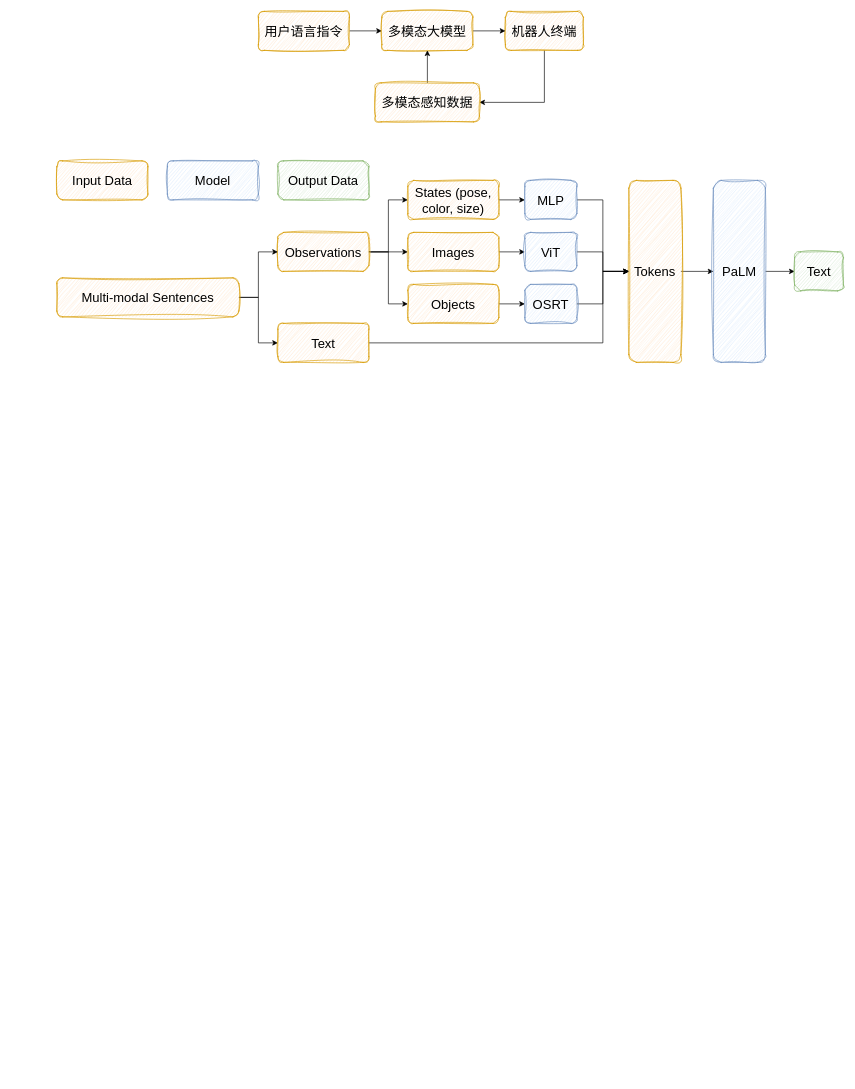
This is Untitled Diagram.drawio from ZiliangMiao/Multimodal_Large_Language_Model_Research, a draw.io file, before an edit. Source tidied: cells renumbered, new cells numbered last; positions are measured from the earlier drawing's top-left corner, leaving out a move shared by most shapes. Both pictures are drawn from the tidied source at 65%, with x=0, y=0 at pixel (57, 11).
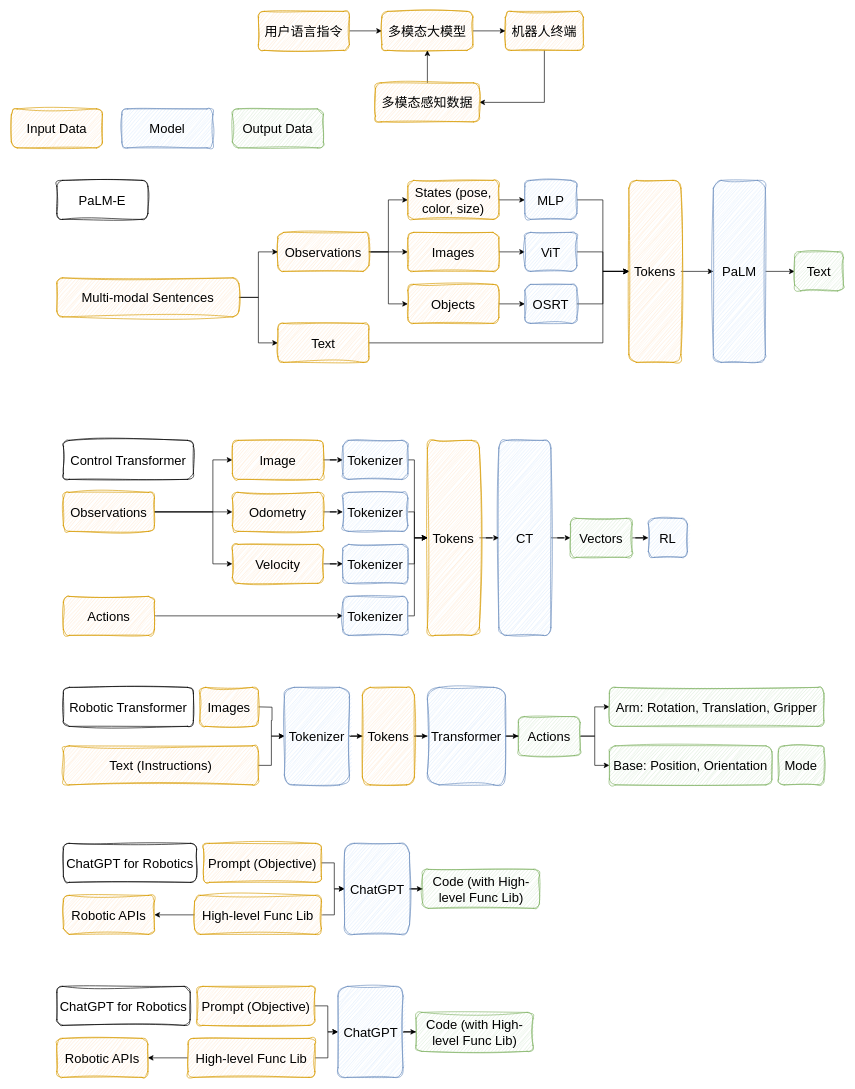
After the change.

What changed in the source:
```diff
@@
     <mxCell id="36" value="&lt;font style=&quot;font-size: 20px;&quot;&gt;Input Data&lt;/font&gt;" style="rounded=1;whiteSpace=wrap;html=1;fillColor=#ffe6cc;strokeColor=#d79b00;sketch=1;curveFitting=1;jiggle=2;" parent="1" vertex="1">
-      <mxGeometry y="230" width="140" height="60" as="geometry" />
+      <mxGeometry x="-70" y="150" width="140" height="60" as="geometry" />
     </mxCell>
     <mxCell id="37" value="&lt;font style=&quot;font-size: 20px;&quot;&gt;Model&lt;/font&gt;" style="rounded=1;whiteSpace=wrap;html=1;fillColor=#dae8fc;strokeColor=#6c8ebf;sketch=1;curveFitting=1;jiggle=2;" parent="1" vertex="1">
-      <mxGeometry x="170" y="230" width="140" height="60" as="geometry" />
+      <mxGeometry x="100" y="150" width="140" height="60" as="geometry" />
     </mxCell>
     <mxCell id="38" value="&lt;font style=&quot;font-size: 20px;&quot;&gt;Output Data&lt;/font&gt;" style="rounded=1;whiteSpace=wrap;html=1;fillColor=#d5e8d4;strokeColor=#82b366;sketch=1;curveFitting=1;jiggle=2;" parent="1" vertex="1">
-      <mxGeometry x="340" y="230" width="140" height="60" as="geometry" />
+      <mxGeometry x="270" y="150" width="140" height="60" as="geometry" />
     </mxCell>
+    <mxCell id="39" value="&lt;font style=&quot;font-size: 20px;&quot;&gt;PaLM-E&lt;/font&gt;" style="rounded=1;whiteSpace=wrap;html=1;sketch=1;curveFitting=1;jiggle=2;" parent="1" vertex="1">
+      <mxGeometry y="260" width="140" height="60" as="geometry" />
+    </mxCell>
+    <mxCell id="40" style="edgeStyle=orthogonalEdgeStyle;rounded=0;jettySize=auto;html=1;" parent="1" edge="1" source="43" target="45">
+      <mxGeometry relative="1" as="geometry" />
+    </mxCell>
+    <mxCell id="41" style="edgeStyle=orthogonalEdgeStyle;rounded=0;jettySize=auto;html=1;entryX=0;entryY=0.5;entryDx=0;entryDy=0;" parent="1" edge="1" source="43" target="47">
+      <mxGeometry relative="1" as="geometry">
+        <Array as="points">
+          <mxPoint x="240" y="770" />
+          <mxPoint x="240" y="690" />
+        </Array>
+      </mxGeometry>
+    </mxCell>
+    <mxCell id="42" style="edgeStyle=orthogonalEdgeStyle;rounded=0;jettySize=auto;html=1;entryX=0;entryY=0.5;entryDx=0;entryDy=0;" parent="1" edge="1" source="43">
+      <mxGeometry relative="1" as="geometry">
+        <mxPoint x="270" y="850" as="targetPoint" />
+        <Array as="points">
+          <mxPoint x="240" y="770" />
+          <mxPoint x="240" y="850" />
+        </Array>
+      </mxGeometry>
+    </mxCell>
+    <mxCell id="43" value="&lt;font style=&quot;font-size: 20px;&quot;&gt;Observations&lt;/font&gt;" style="rounded=1;whiteSpace=wrap;html=1;fillColor=#ffe6cc;strokeColor=#d79b00;sketch=1;curveFitting=1;jiggle=2;" parent="1" vertex="1">
+      <mxGeometry x="10" y="740" width="140" height="60" as="geometry" />
+    </mxCell>
+    <mxCell id="44" style="edgeStyle=orthogonalEdgeStyle;rounded=0;jettySize=auto;html=1;" parent="1" edge="1" source="45" target="62">
+      <mxGeometry relative="1" as="geometry" />
+    </mxCell>
+    <mxCell id="45" value="&lt;font style=&quot;font-size: 20px;&quot;&gt;Odometry&lt;/font&gt;" style="rounded=1;whiteSpace=wrap;html=1;fillColor=#ffe6cc;strokeColor=#d79b00;sketch=1;curveFitting=1;jiggle=2;" parent="1" vertex="1">
+      <mxGeometry x="270" y="740" width="140" height="60" as="geometry" />
+    </mxCell>
+    <mxCell id="46" style="edgeStyle=orthogonalEdgeStyle;rounded=0;jettySize=auto;html=1;" parent="1" edge="1" source="47" target="60">
+      <mxGeometry relative="1" as="geometry" />
+    </mxCell>
+    <mxCell id="47" value="&lt;font style=&quot;font-size: 20px;&quot;&gt;Image&lt;/font&gt;" style="rounded=1;whiteSpace=wrap;html=1;fillColor=#ffe6cc;strokeColor=#d79b00;sketch=1;curveFitting=1;jiggle=2;" parent="1" vertex="1">
+      <mxGeometry x="270" y="660" width="140" height="60" as="geometry" />
+    </mxCell>
+    <mxCell id="48" style="edgeStyle=orthogonalEdgeStyle;rounded=0;jettySize=auto;html=1;entryX=0;entryY=0.5;entryDx=0;entryDy=0;" parent="1" edge="1" source="49" target="66">
+      <mxGeometry relative="1" as="geometry" />
+    </mxCell>
+    <mxCell id="49" value="&lt;font style=&quot;font-size: 20px;&quot;&gt;Actions&lt;/font&gt;" style="rounded=1;whiteSpace=wrap;html=1;fillColor=#ffe6cc;strokeColor=#d79b00;sketch=1;curveFitting=1;jiggle=2;" parent="1" vertex="1">
+      <mxGeometry x="10" y="900" width="140" height="60" as="geometry" />
+    </mxCell>
+    <mxCell id="50" value="&lt;font style=&quot;font-size: 20px;&quot;&gt;Control Transformer&lt;/font&gt;" style="rounded=1;whiteSpace=wrap;html=1;sketch=1;curveFitting=1;jiggle=2;" parent="1" vertex="1">
+      <mxGeometry x="10" y="660" width="200" height="60" as="geometry" />
+    </mxCell>
+    <mxCell id="51" style="edgeStyle=orthogonalEdgeStyle;rounded=0;jettySize=auto;html=1;" parent="1" edge="1" source="52" target="64">
+      <mxGeometry relative="1" as="geometry" />
+    </mxCell>
+    <mxCell id="52" value="&lt;font style=&quot;font-size: 20px;&quot;&gt;Velocity&lt;/font&gt;" style="rounded=1;whiteSpace=wrap;html=1;fillColor=#ffe6cc;strokeColor=#d79b00;sketch=1;curveFitting=1;jiggle=2;" parent="1" vertex="1">
+      <mxGeometry x="270" y="820" width="140" height="60" as="geometry" />
+    </mxCell>
+    <mxCell id="53" style="edgeStyle=orthogonalEdgeStyle;rounded=0;jettySize=auto;html=1;" parent="1" edge="1" source="54" target="56">
+      <mxGeometry relative="1" as="geometry" />
+    </mxCell>
+    <mxCell id="54" value="&lt;font style=&quot;font-size: 20px;&quot;&gt;CT&lt;/font&gt;" style="rounded=1;whiteSpace=wrap;html=1;fillColor=#dae8fc;strokeColor=#6c8ebf;sketch=1;curveFitting=1;jiggle=2;" parent="1" vertex="1">
+      <mxGeometry x="680" y="660" width="80" height="300" as="geometry" />
+    </mxCell>
+    <mxCell id="55" style="edgeStyle=orthogonalEdgeStyle;rounded=0;jettySize=auto;html=1;" parent="1" edge="1" source="56" target="67">
+      <mxGeometry relative="1" as="geometry" />
+    </mxCell>
+    <mxCell id="56" value="&lt;span style=&quot;font-size: 20px;&quot;&gt;Vectors&lt;/span&gt;" style="rounded=1;whiteSpace=wrap;html=1;fillColor=#d5e8d4;strokeColor=#82b366;sketch=1;curveFitting=1;jiggle=2;" parent="1" vertex="1">
+      <mxGeometry x="790" y="780" width="95" height="60" as="geometry" />
+    </mxCell>
+    <mxCell id="57" style="edgeStyle=orthogonalEdgeStyle;rounded=0;jettySize=auto;html=1;" parent="1" edge="1" source="58" target="54">
+      <mxGeometry relative="1" as="geometry" />
+    </mxCell>
+    <mxCell id="58" value="&lt;font style=&quot;font-size: 20px;&quot;&gt;Tokens&lt;/font&gt;" style="rounded=1;whiteSpace=wrap;html=1;fillColor=#ffe6cc;strokeColor=#d79b00;sketch=1;curveFitting=1;jiggle=2;" parent="1" vertex="1">
+      <mxGeometry x="570" y="660" width="80" height="300" as="geometry" />
+    </mxCell>
+    <mxCell id="59" style="edgeStyle=orthogonalEdgeStyle;rounded=0;jettySize=auto;html=1;" parent="1" edge="1" source="60" target="58">
+      <mxGeometry relative="1" as="geometry">
+        <Array as="points">
+          <mxPoint x="550" y="690" />
+          <mxPoint x="550" y="810" />
+        </Array>
+      </mxGeometry>
+    </mxCell>
+    <mxCell id="60" value="&lt;font style=&quot;font-size: 20px;&quot;&gt;Tokenizer&lt;/font&gt;" style="rounded=1;whiteSpace=wrap;html=1;fillColor=#dae8fc;strokeColor=#6c8ebf;sketch=1;curveFitting=1;jiggle=2;" parent="1" vertex="1">
+      <mxGeometry x="440" y="660" width="100" height="60" as="geometry" />
+    </mxCell>
+    <mxCell id="61" style="edgeStyle=orthogonalEdgeStyle;rounded=0;jettySize=auto;html=1;" parent="1" edge="1" source="62" target="58">
+      <mxGeometry relative="1" as="geometry">
+        <Array as="points">
+          <mxPoint x="550" y="770" />
+          <mxPoint x="550" y="810" />
+        </Array>
+      </mxGeometry>
+    </mxCell>
+    <mxCell id="62" value="&lt;font style=&quot;font-size: 20px;&quot;&gt;Tokenizer&lt;/font&gt;" style="rounded=1;whiteSpace=wrap;html=1;fillColor=#dae8fc;strokeColor=#6c8ebf;sketch=1;curveFitting=1;jiggle=2;" parent="1" vertex="1">
+      <mxGeometry x="440" y="740" width="100" height="60" as="geometry" />
+    </mxCell>
+    <mxCell id="63" style="edgeStyle=orthogonalEdgeStyle;rounded=0;jettySize=auto;html=1;" parent="1" edge="1" source="64" target="58">
+      <mxGeometry relative="1" as="geometry">
+        <Array as="points">
+          <mxPoint x="550" y="850" />
+          <mxPoint x="550" y="810" />
+        </Array>
+      </mxGeometry>
+    </mxCell>
+    <mxCell id="64" value="&lt;font style=&quot;font-size: 20px;&quot;&gt;Tokenizer&lt;/font&gt;" style="rounded=1;whiteSpace=wrap;html=1;fillColor=#dae8fc;strokeColor=#6c8ebf;sketch=1;curveFitting=1;jiggle=2;" parent="1" vertex="1">
+      <mxGeometry x="440" y="820" width="100" height="60" as="geometry" />
+    </mxCell>
+    <mxCell id="65" style="edgeStyle=orthogonalEdgeStyle;rounded=0;jettySize=auto;html=1;" parent="1" edge="1" source="66" target="58">
+      <mxGeometry relative="1" as="geometry">
+        <Array as="points">
+          <mxPoint x="550" y="930" />
+          <mxPoint x="550" y="810" />
+        </Array>
+      </mxGeometry>
+    </mxCell>
+    <mxCell id="66" value="&lt;font style=&quot;font-size: 20px;&quot;&gt;Tokenizer&lt;/font&gt;" style="rounded=1;whiteSpace=wrap;html=1;fillColor=#dae8fc;strokeColor=#6c8ebf;sketch=1;curveFitting=1;jiggle=2;" parent="1" vertex="1">
+      <mxGeometry x="440" y="900" width="100" height="60" as="geometry" />
+    </mxCell>
+    <mxCell id="67" value="&lt;font style=&quot;font-size: 20px;&quot;&gt;RL&lt;/font&gt;" style="rounded=1;whiteSpace=wrap;html=1;fillColor=#dae8fc;strokeColor=#6c8ebf;sketch=1;curveFitting=1;jiggle=2;" parent="1" vertex="1">
+      <mxGeometry x="910" y="780" width="60" height="60" as="geometry" />
+    </mxCell>
+    <mxCell id="68" style="edgeStyle=orthogonalEdgeStyle;rounded=0;jettySize=auto;html=1;" parent="1" edge="1" target="76">
+      <mxGeometry relative="1" as="geometry">
+        <mxPoint x="310" y="1070" as="sourcePoint" />
+      </mxGeometry>
+    </mxCell>
+    <mxCell id="69" style="edgeStyle=orthogonalEdgeStyle;rounded=0;jettySize=auto;html=1;" parent="1" edge="1" source="70" target="76">
+      <mxGeometry relative="1" as="geometry" />
+    </mxCell>
+    <mxCell id="70" value="&lt;font style=&quot;font-size: 20px;&quot;&gt;Text (Instructions)&lt;/font&gt;" style="rounded=1;whiteSpace=wrap;html=1;fillColor=#ffe6cc;strokeColor=#d79b00;sketch=1;curveFitting=1;jiggle=2;" parent="1" vertex="1">
+      <mxGeometry x="10" y="1130" width="300" height="60" as="geometry" />
+    </mxCell>
+    <mxCell id="71" value="&lt;font style=&quot;font-size: 20px;&quot;&gt;Robotic Transformer&lt;/font&gt;" style="rounded=1;whiteSpace=wrap;html=1;sketch=1;curveFitting=1;jiggle=2;" parent="1" vertex="1">
+      <mxGeometry x="10" y="1040" width="200" height="60" as="geometry" />
+    </mxCell>
+    <mxCell id="72" style="edgeStyle=orthogonalEdgeStyle;rounded=0;jettySize=auto;html=1;" parent="1" edge="1" source="74" target="82">
+      <mxGeometry relative="1" as="geometry" />
+    </mxCell>
+    <mxCell id="73" style="edgeStyle=orthogonalEdgeStyle;rounded=0;jettySize=auto;html=1;entryX=0;entryY=0.5;entryDx=0;entryDy=0;" parent="1" edge="1" source="74" target="81">
+      <mxGeometry relative="1" as="geometry" />
+    </mxCell>
+    <mxCell id="74" value="&lt;span style=&quot;font-size: 20px;&quot;&gt;Actions&lt;/span&gt;" style="rounded=1;whiteSpace=wrap;html=1;fillColor=#d5e8d4;strokeColor=#82b366;sketch=1;curveFitting=1;jiggle=2;" parent="1" vertex="1">
+      <mxGeometry x="710" y="1085" width="95" height="60" as="geometry" />
+    </mxCell>
+    <mxCell id="75" style="edgeStyle=orthogonalEdgeStyle;rounded=0;jettySize=auto;html=1;" parent="1" edge="1" source="76" target="78">
+      <mxGeometry relative="1" as="geometry" />
+    </mxCell>
+    <mxCell id="76" value="&lt;font style=&quot;font-size: 20px;&quot;&gt;Tokenizer&lt;/font&gt;" style="rounded=1;whiteSpace=wrap;html=1;fillColor=#dae8fc;strokeColor=#6c8ebf;sketch=1;curveFitting=1;jiggle=2;" parent="1" vertex="1">
+      <mxGeometry x="350" y="1040" width="100" height="150" as="geometry" />
+    </mxCell>
+    <mxCell id="77" style="edgeStyle=orthogonalEdgeStyle;rounded=0;jettySize=auto;html=1;" parent="1" edge="1" source="78" target="80">
+      <mxGeometry relative="1" as="geometry" />
+    </mxCell>
+    <mxCell id="78" value="&lt;font style=&quot;font-size: 20px;&quot;&gt;Tokens&lt;/font&gt;" style="rounded=1;whiteSpace=wrap;html=1;fillColor=#ffe6cc;strokeColor=#d79b00;sketch=1;curveFitting=1;jiggle=2;" parent="1" vertex="1">
+      <mxGeometry x="470" y="1040" width="80" height="150" as="geometry" />
+    </mxCell>
+    <mxCell id="79" style="edgeStyle=orthogonalEdgeStyle;rounded=0;jettySize=auto;html=1;" parent="1" edge="1" source="80" target="74">
+      <mxGeometry relative="1" as="geometry" />
+    </mxCell>
+    <mxCell id="80" value="&lt;font style=&quot;font-size: 20px;&quot;&gt;Transformer&lt;/font&gt;" style="rounded=1;whiteSpace=wrap;html=1;fillColor=#dae8fc;strokeColor=#6c8ebf;sketch=1;curveFitting=1;jiggle=2;" parent="1" vertex="1">
+      <mxGeometry x="570" y="1040" width="120" height="150" as="geometry" />
+    </mxCell>
+    <mxCell id="81" value="&lt;span style=&quot;font-size: 20px;&quot;&gt;Arm: Rotation, Translation, Gripper&lt;/span&gt;" style="rounded=1;whiteSpace=wrap;html=1;fillColor=#d5e8d4;strokeColor=#82b366;sketch=1;curveFitting=1;jiggle=2;" parent="1" vertex="1">
+      <mxGeometry x="850" y="1040" width="330" height="60" as="geometry" />
+    </mxCell>
+    <mxCell id="82" value="&lt;span style=&quot;font-size: 20px;&quot;&gt;Base: Position, Orientation&lt;/span&gt;" style="rounded=1;whiteSpace=wrap;html=1;fillColor=#d5e8d4;strokeColor=#82b366;sketch=1;curveFitting=1;jiggle=2;" parent="1" vertex="1">
+      <mxGeometry x="850" y="1130" width="250" height="60" as="geometry" />
+    </mxCell>
+    <mxCell id="83" value="&lt;span style=&quot;font-size: 20px;&quot;&gt;Mode&lt;/span&gt;" style="rounded=1;whiteSpace=wrap;html=1;fillColor=#d5e8d4;strokeColor=#82b366;sketch=1;curveFitting=1;jiggle=2;" parent="1" vertex="1">
+      <mxGeometry x="1110" y="1130" width="70" height="60" as="geometry" />
+    </mxCell>
+    <mxCell id="84" value="&lt;span style=&quot;font-size: 20px;&quot;&gt;Images&lt;/span&gt;" style="rounded=1;whiteSpace=wrap;html=1;fillColor=#ffe6cc;strokeColor=#d79b00;sketch=1;curveFitting=1;jiggle=2;" parent="1" vertex="1">
+      <mxGeometry x="220" y="1040" width="90" height="60" as="geometry" />
+    </mxCell>
+    <mxCell id="85" style="edgeStyle=orthogonalEdgeStyle;rounded=0;jettySize=auto;html=1;" parent="1" edge="1" source="87" target="89">
+      <mxGeometry relative="1" as="geometry" />
+    </mxCell>
+    <mxCell id="86" style="edgeStyle=orthogonalEdgeStyle;rounded=0;jettySize=auto;html=1;" parent="1" edge="1" source="87" target="93">
+      <mxGeometry relative="1" as="geometry" />
+    </mxCell>
+    <mxCell id="87" value="&lt;font style=&quot;font-size: 20px;&quot;&gt;High-level Func Lib&lt;/font&gt;" style="rounded=1;whiteSpace=wrap;html=1;fillColor=#ffe6cc;strokeColor=#d79b00;sketch=1;curveFitting=1;jiggle=2;" parent="1" vertex="1">
+      <mxGeometry x="211.9" y="1360" width="195" height="60" as="geometry" />
+    </mxCell>
+    <mxCell id="88" value="&lt;font style=&quot;font-size: 20px;&quot;&gt;ChatGPT for Robotics&lt;/font&gt;" style="rounded=1;whiteSpace=wrap;html=1;sketch=1;curveFitting=1;jiggle=2;" parent="1" vertex="1">
+      <mxGeometry x="10" y="1280" width="205" height="60" as="geometry" />
+    </mxCell>
+    <mxCell id="89" value="&lt;font style=&quot;font-size: 20px;&quot;&gt;Robotic APIs&lt;/font&gt;" style="rounded=1;whiteSpace=wrap;html=1;fillColor=#ffe6cc;strokeColor=#d79b00;sketch=1;curveFitting=1;jiggle=2;" parent="1" vertex="1">
+      <mxGeometry x="10" y="1360" width="140" height="60" as="geometry" />
+    </mxCell>
+    <mxCell id="90" style="edgeStyle=orthogonalEdgeStyle;rounded=0;jettySize=auto;html=1;" parent="1" edge="1" source="91" target="93">
+      <mxGeometry relative="1" as="geometry" />
+    </mxCell>
+    <mxCell id="91" value="&lt;span style=&quot;font-size: 20px;&quot;&gt;Prompt (Objective)&lt;/span&gt;" style="rounded=1;whiteSpace=wrap;html=1;fillColor=#ffe6cc;strokeColor=#d79b00;sketch=1;curveFitting=1;jiggle=2;" parent="1" vertex="1">
+      <mxGeometry x="225.6" y="1280" width="181.2" height="60" as="geometry" />
+    </mxCell>
+    <mxCell id="92" style="edgeStyle=orthogonalEdgeStyle;rounded=0;jettySize=auto;html=1;" parent="1" edge="1" source="93" target="94">
+      <mxGeometry relative="1" as="geometry" />
+    </mxCell>
+    <mxCell id="93" value="&lt;font style=&quot;font-size: 20px;&quot;&gt;ChatGPT&lt;/font&gt;" style="rounded=1;whiteSpace=wrap;html=1;fillColor=#dae8fc;strokeColor=#6c8ebf;sketch=1;curveFitting=1;jiggle=2;" parent="1" vertex="1">
+      <mxGeometry x="442.5" y="1280" width="100" height="140" as="geometry" />
+    </mxCell>
+    <mxCell id="94" value="&lt;span style=&quot;font-size: 20px;&quot;&gt;Code (with High-level Func Lib)&lt;/span&gt;" style="rounded=1;whiteSpace=wrap;html=1;fillColor=#d5e8d4;strokeColor=#82b366;sketch=1;curveFitting=1;jiggle=2;" parent="1" vertex="1">
+      <mxGeometry x="562.5" y="1320" width="180" height="60" as="geometry" />
+    </mxCell>
+    <mxCell id="95" style="edgeStyle=orthogonalEdgeStyle;rounded=0;jettySize=auto;html=1;" parent="1" edge="1" source="97" target="99">
+      <mxGeometry relative="1" as="geometry" />
+    </mxCell>
+    <mxCell id="96" style="edgeStyle=orthogonalEdgeStyle;rounded=0;jettySize=auto;html=1;" parent="1" edge="1" source="97" target="103">
+      <mxGeometry relative="1" as="geometry" />
+    </mxCell>
+    <mxCell id="97" value="&lt;font style=&quot;font-size: 20px;&quot;&gt;High-level Func Lib&lt;/font&gt;" style="rounded=1;whiteSpace=wrap;html=1;fillColor=#ffe6cc;strokeColor=#d79b00;sketch=1;curveFitting=1;jiggle=2;" parent="1" vertex="1">
+      <mxGeometry x="201.9" y="1580" width="195" height="60" as="geometry" />
+    </mxCell>
+    <mxCell id="98" value="&lt;font style=&quot;font-size: 20px;&quot;&gt;ChatGPT for Robotics&lt;/font&gt;" style="rounded=1;whiteSpace=wrap;html=1;sketch=1;curveFitting=1;jiggle=2;" parent="1" vertex="1">
+      <mxGeometry y="1500" width="205" height="60" as="geometry" />
+    </mxCell>
+    <mxCell id="99" value="&lt;font style=&quot;font-size: 20px;&quot;&gt;Robotic APIs&lt;/font&gt;" style="rounded=1;whiteSpace=wrap;html=1;fillColor=#ffe6cc;strokeColor=#d79b00;sketch=1;curveFitting=1;jiggle=2;" parent="1" vertex="1">
+      <mxGeometry y="1580" width="140" height="60" as="geometry" />
+    </mxCell>
+    <mxCell id="100" style="edgeStyle=orthogonalEdgeStyle;rounded=0;jettySize=auto;html=1;" parent="1" edge="1" source="101" target="103">
+      <mxGeometry relative="1" as="geometry" />
+    </mxCell>
+    <mxCell id="101" value="&lt;span style=&quot;font-size: 20px;&quot;&gt;Prompt (Objective)&lt;/span&gt;" style="rounded=1;whiteSpace=wrap;html=1;fillColor=#ffe6cc;strokeColor=#d79b00;sketch=1;curveFitting=1;jiggle=2;" parent="1" vertex="1">
+      <mxGeometry x="215.6" y="1500" width="181.2" height="60" as="geometry" />
+    </mxCell>
+    <mxCell id="102" style="edgeStyle=orthogonalEdgeStyle;rounded=0;jettySize=auto;html=1;" parent="1" edge="1" source="103" target="104">
+      <mxGeometry relative="1" as="geometry" />
+    </mxCell>
+    <mxCell id="103" value="&lt;font style=&quot;font-size: 20px;&quot;&gt;ChatGPT&lt;/font&gt;" style="rounded=1;whiteSpace=wrap;html=1;fillColor=#dae8fc;strokeColor=#6c8ebf;sketch=1;curveFitting=1;jiggle=2;" parent="1" vertex="1">
+      <mxGeometry x="432.5" y="1500" width="100" height="140" as="geometry" />
+    </mxCell>
+    <mxCell id="104" value="&lt;span style=&quot;font-size: 20px;&quot;&gt;Code (with High-level Func Lib)&lt;/span&gt;" style="rounded=1;whiteSpace=wrap;html=1;fillColor=#d5e8d4;strokeColor=#82b366;sketch=1;curveFitting=1;jiggle=2;" parent="1" vertex="1">
+      <mxGeometry x="552.5" y="1540" width="180" height="60" as="geometry" />
+    </mxCell>
```
